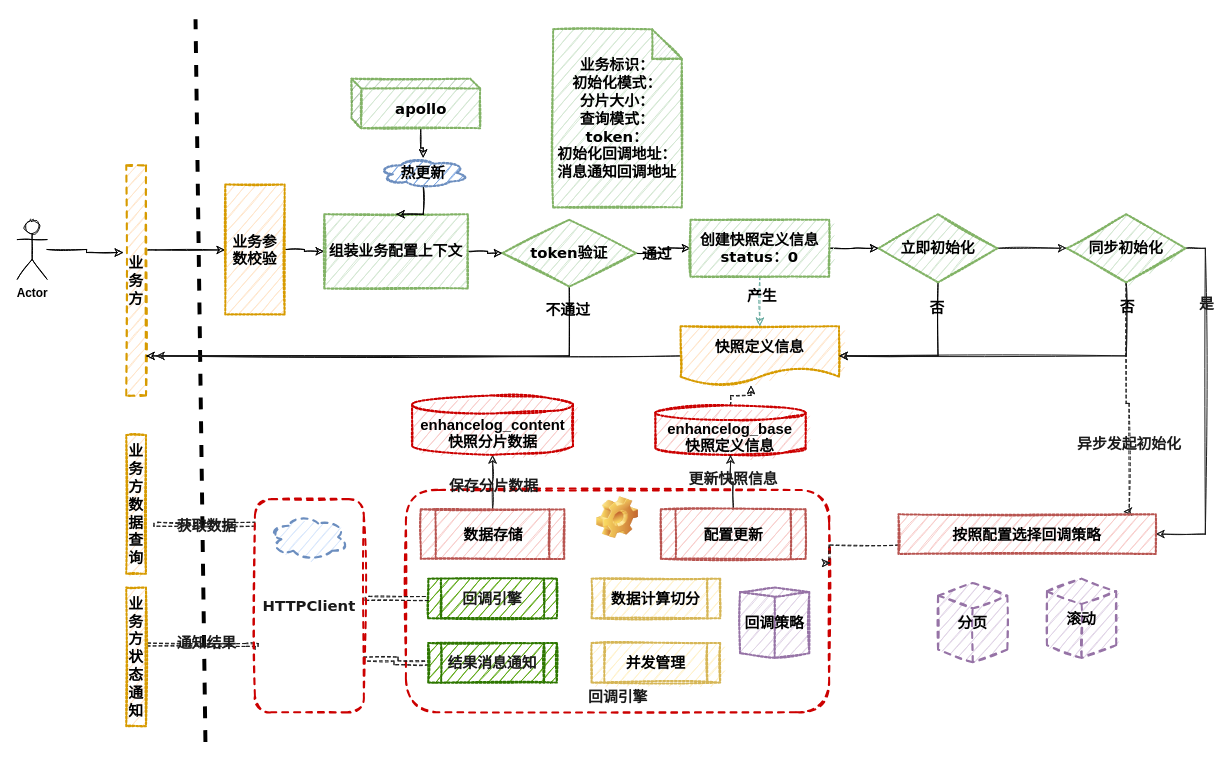
Above: Untitled Diagram.drawio in cb2s/goodGoodStudy (draw.io), before the change. Source tidied: cells renumbered, new cells numbered last; positions are measured from the earlier drawing's top-left corner, leaving out a move shared by most shapes. Both pictures are drawn from the tidied source at 99%, with x=0, y=0 at pixel (17, 19).
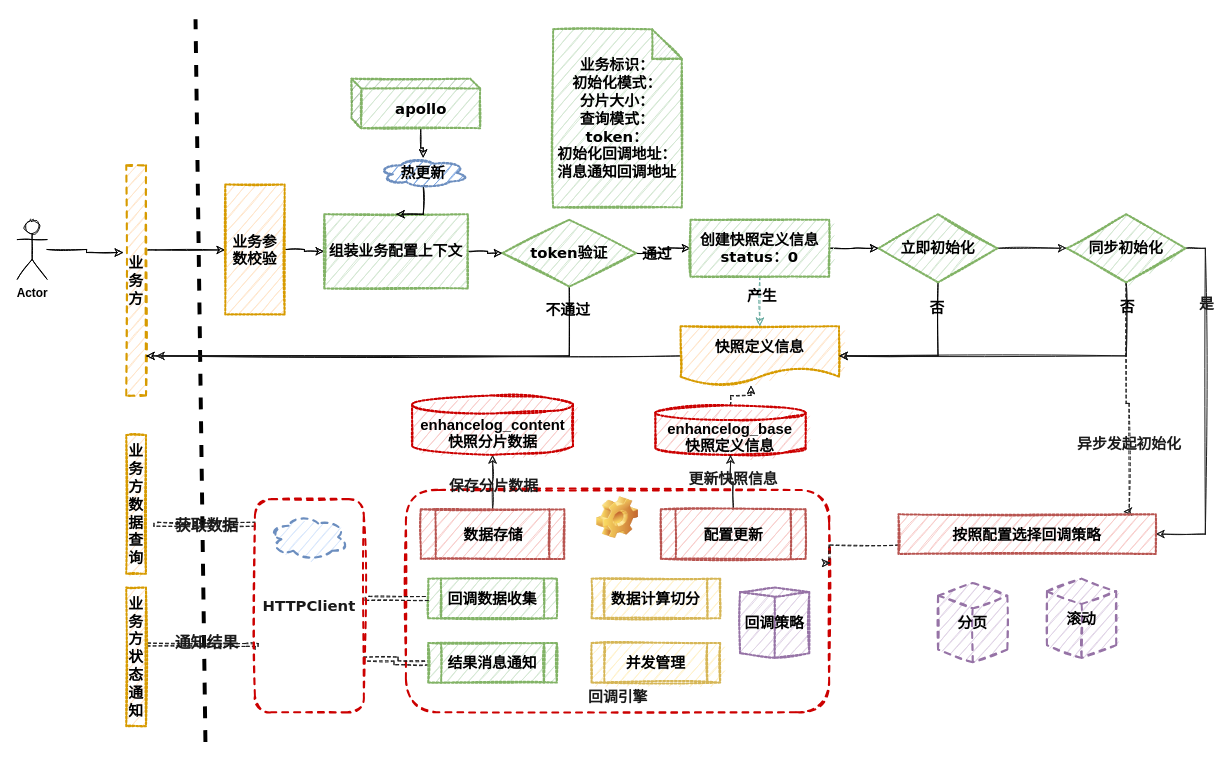
The same diagram, later.

Unchanged cells that the change refers to:
```xml
<mxCell id="49" style="edgeStyle=orthogonalEdgeStyle;rounded=0;sketch=1;jettySize=auto;html=1;entryX=1.5;entryY=0.633;entryDx=0;entryDy=0;entryPerimeter=0;dashed=1;strokeColor=#1A1A1A;fontFamily=Verdana;fontSize=15;fontColor=#1A1A1A;shape=link;fontStyle=1;labelBorderColor=none;labelBackgroundColor=none;" parent="1" edge="1" source="63" target="43">
  <mxGeometry relative="1" as="geometry">
    <Array as="points">
      <mxPoint x="140" y="510" />
    </Array>
  </mxGeometry>
</mxCell>
<mxCell id="61" style="edgeStyle=orthogonalEdgeStyle;shape=link;rounded=0;sketch=1;jettySize=auto;html=1;entryX=1.085;entryY=0.411;entryDx=0;entryDy=0;entryPerimeter=0;dashed=1;strokeColor=#1A1A1A;fontFamily=Verdana;fontSize=15;fontColor=#1A1A1A;width=2.9411764705882355;exitX=0.015;exitY=0.705;exitDx=0;exitDy=0;exitPerimeter=0;fontStyle=1;labelBorderColor=none;labelBackgroundColor=none;" parent="1" edge="1" source="63" target="65">
  <mxGeometry relative="1" as="geometry">
    <Array as="points">
      <mxPoint x="241" y="632" />
      <mxPoint x="230" y="632" />
    </Array>
  </mxGeometry>
</mxCell>
```

Change to the diagram source:
```diff
@@
-    <mxCell id="47" value="回调引擎" style="shape=process;whiteSpace=wrap;html=1;backgroundOutline=1;dashed=1;dashPattern=1 1;sketch=1;strokeColor=#2D7600;strokeWidth=2;fillColor=#60a917;fontFamily=Verdana;fontSize=15;align=center;fontColor=#1A1A1A;fontStyle=1;labelBorderColor=none;labelBackgroundColor=none;" parent="1" vertex="1">
+    <mxCell id="47" value="回调数据收集" style="shape=process;whiteSpace=wrap;html=1;backgroundOutline=1;dashed=1;dashPattern=1 1;sketch=1;strokeColor=#82b366;strokeWidth=2;fillColor=#d5e8d4;fontFamily=Verdana;fontSize=15;align=center;fontStyle=1;labelBorderColor=none;labelBackgroundColor=none;" parent="1" vertex="1">
       <mxGeometry x="415" y="565" width="130" height="40" as="geometry" />
     </mxCell>
@@
-    <mxCell id="50" value="获取数据" style="edgeLabel;html=1;align=center;verticalAlign=middle;fontSize=15;fontFamily=Verdana;fontColor=#1A1A1A;fontStyle=1;labelBorderColor=none;labelBackgroundColor=none;" parent="49" vertex="1">
+    <mxCell id="50" value="获取数据" style="edgeLabel;html=1;align=center;verticalAlign=middle;fontSize=16;fontFamily=Verdana;fontColor=#1A1A1A;fontStyle=1;labelBorderColor=none;labelBackgroundColor=none;" parent="49" vertex="1">
       <mxGeometry x="-0.38" relative="1" as="geometry">
         <mxPoint x="-18.3" as="offset" />
       </mxGeometry>
     </mxCell>
@@
-    <mxCell id="59" value="结果消息通知" style="shape=process;whiteSpace=wrap;html=1;backgroundOutline=1;dashed=1;dashPattern=1 1;sketch=1;strokeColor=#2D7600;strokeWidth=2;fillColor=#60a917;fontFamily=Verdana;fontSize=15;align=center;fontColor=#1A1A1A;fontStyle=1;labelBorderColor=none;labelBackgroundColor=none;" parent="1" vertex="1">
+    <mxCell id="59" value="结果消息通知" style="shape=process;whiteSpace=wrap;html=1;backgroundOutline=1;dashed=1;dashPattern=1 1;sketch=1;strokeColor=#82b366;strokeWidth=2;fillColor=#d5e8d4;fontFamily=Verdana;fontSize=15;align=center;fontStyle=1;labelBorderColor=none;labelBackgroundColor=none;" parent="1" vertex="1">
       <mxGeometry x="415" y="630" width="130" height="40" as="geometry" />
     </mxCell>
@@
-    <mxCell id="62" value="通知结果" style="edgeLabel;html=1;align=center;verticalAlign=middle;fontSize=15;fontFamily=Verdana;fontColor=#1A1A1A;fontStyle=1;labelBorderColor=none;labelBackgroundColor=none;" parent="61" vertex="1">
+    <mxCell id="62" value="通知结果" style="edgeLabel;html=1;align=center;verticalAlign=middle;fontSize=16;fontFamily=Verdana;fontColor=#1A1A1A;fontStyle=1;labelBorderColor=none;labelBackgroundColor=none;" parent="61" vertex="1">
       <mxGeometry x="-0.19" y="-1" relative="1" as="geometry">
         <mxPoint x="-9.6" y="-0.9" as="offset" />
       </mxGeometry>
     </mxCell>
```
